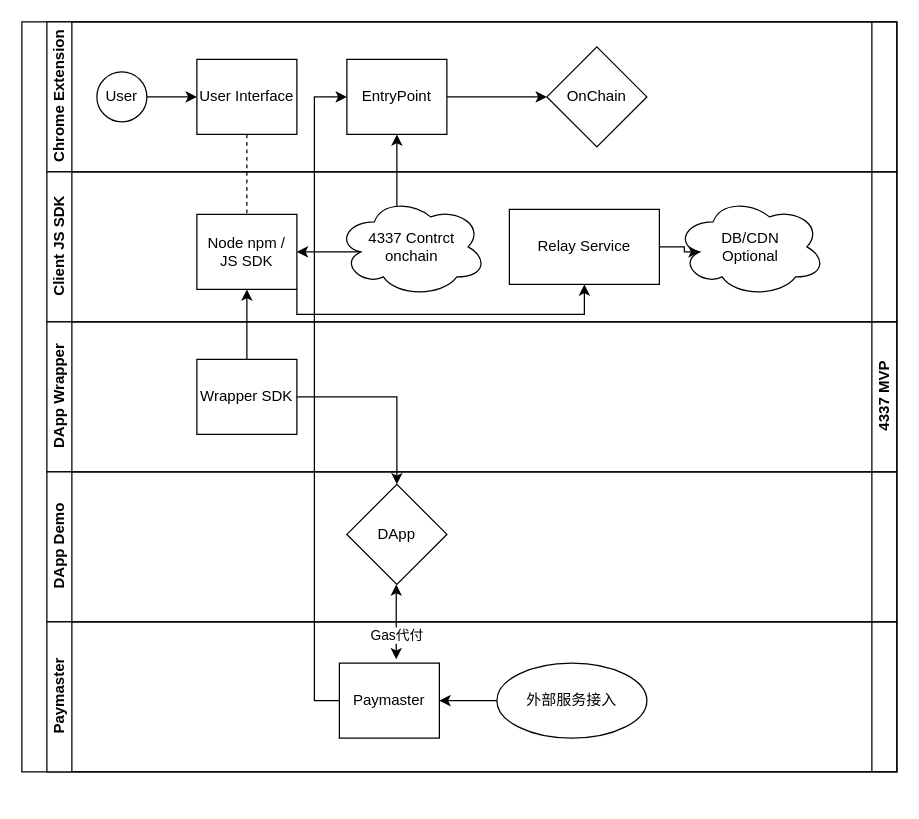
Above: dev-docs/4337-product-architecture.drawio in secret-dev87/smart-contract-wallet-4337 (draw.io), before the change. Source tidied: cells renumbered, new cells numbered last; positions are measured from the earlier drawing's top-left corner, leaving out a move shared by most shapes. Both pictures are drawn from the tidied source at 125%, with x=0, y=0 at pixel (21, 21).
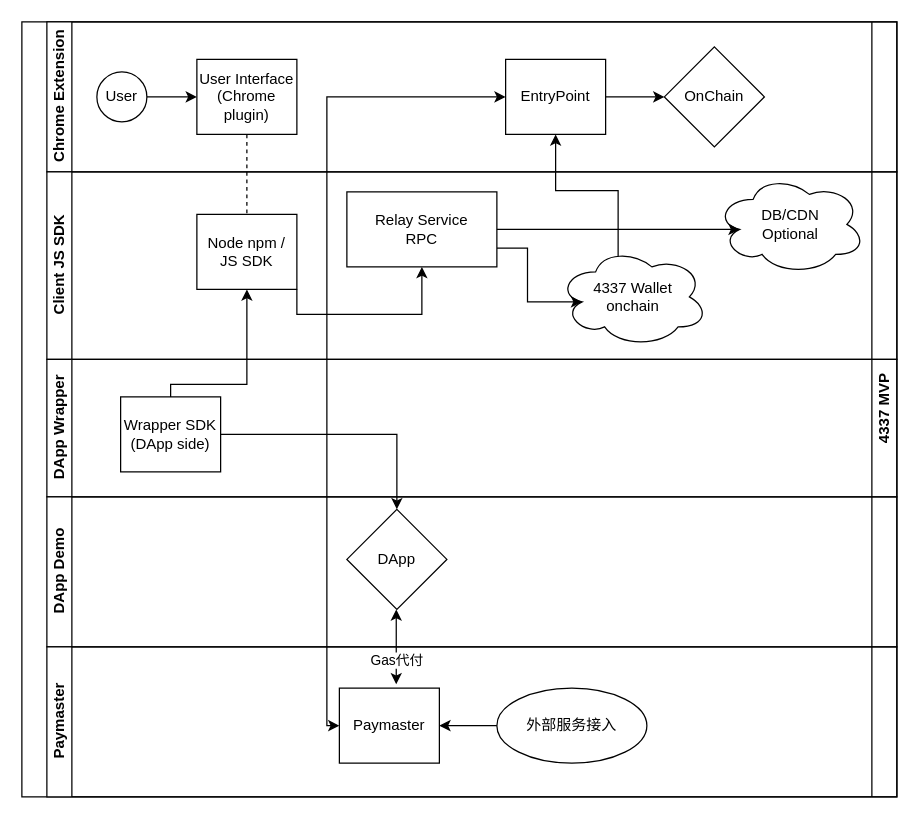
The same page after the edit.

The change refers to these unchanged cells:
```xml
<mxCell id="5" value="Chrome Extension" style="swimlane;html=1;startSize=20;horizontal=0;" parent="2" vertex="1">
  <mxGeometry x="20" width="680" height="120" as="geometry" />
</mxCell>
<mxCell id="14" value="Node npm /&lt;br&gt;JS SDK" style="rounded=0;whiteSpace=wrap;html=1;fontFamily=Helvetica;fontSize=12;fontColor=#000000;align=center;" parent="12" vertex="1">
  <mxGeometry x="120" y="34" width="80" height="60" as="geometry" />
</mxCell>
<mxCell id="25" value="Paymaster" style="rounded=0;whiteSpace=wrap;html=1;fontFamily=Helvetica;fontSize=12;fontColor=#000000;align=center;" parent="24" vertex="1">
  <mxGeometry x="234" y="33" width="80" height="60" as="geometry" />
</mxCell>
```

The edit, as a diff of the source:
```diff
@@
     <mxCell id="2" value="4337 MVP" style="swimlane;html=1;horizontal=0;startSize=20;direction=west;" parent="1" vertex="1">
-      <mxGeometry width="700" height="600" as="geometry" />
+      <mxGeometry width="700" height="620" as="geometry" />
     </mxCell>
@@
-    <mxCell id="8" value="User Interface" style="rounded=0;whiteSpace=wrap;html=1;fontFamily=Helvetica;fontSize=12;fontColor=#000000;align=center;" parent="5" vertex="1">
+    <mxCell id="8" value="User Interface&lt;br&gt;(Chrome plugin)" style="rounded=0;whiteSpace=wrap;html=1;fontFamily=Helvetica;fontSize=12;fontColor=#000000;align=center;" parent="5" vertex="1">
       <mxGeometry x="120" y="30" width="80" height="60" as="geometry" />
     </mxCell>
@@
     <mxCell id="10" value="EntryPoint" style="rounded=0;whiteSpace=wrap;html=1;fontFamily=Helvetica;fontSize=12;fontColor=#000000;align=center;" parent="5" vertex="1">
-      <mxGeometry x="240" y="30" width="80" height="60" as="geometry" />
+      <mxGeometry x="367" y="30" width="80" height="60" as="geometry" />
     </mxCell>
     <mxCell id="11" value="OnChain" style="rhombus;whiteSpace=wrap;html=1;fontColor=#000000;rounded=0;" parent="5" vertex="1">
-      <mxGeometry x="400" y="20" width="80" height="80" as="geometry" />
+      <mxGeometry x="494" y="20" width="80" height="80" as="geometry" />
     </mxCell>
     <mxCell id="12" value="Client JS SDK" style="swimlane;html=1;startSize=20;horizontal=0;" parent="2" vertex="1">
-      <mxGeometry x="20" y="120" width="680" height="120" as="geometry" />
+      <mxGeometry x="20" y="120" width="680" height="150" as="geometry" />
     </mxCell>
@@
     <mxCell id="15" value="DB/CDN&lt;br&gt;Optional" style="ellipse;shape=cloud;whiteSpace=wrap;html=1;fontColor=#000000;rounded=0;" parent="12" vertex="1">
-      <mxGeometry x="503" y="20" width="120" height="80" as="geometry" />
+      <mxGeometry x="535" y="2" width="120" height="80" as="geometry" />
     </mxCell>
-    <mxCell id="16" style="edgeStyle=orthogonalEdgeStyle;rounded=0;jettySize=auto;html=1;exitX=0.16;exitY=0.55;exitDx=0;exitDy=0;exitPerimeter=0;" parent="12" edge="1" source="17" target="14">
-      <mxGeometry relative="1" as="geometry" />
-    </mxCell>
-    <mxCell id="17" value="4337 Contrct&lt;br&gt;onchain" style="ellipse;shape=cloud;whiteSpace=wrap;html=1;fontColor=#000000;rounded=0;" parent="12" vertex="1">
-      <mxGeometry x="232" y="20" width="120" height="80" as="geometry" />
+    <mxCell id="17" value="4337 Wallet&lt;br&gt;onchain" style="ellipse;shape=cloud;whiteSpace=wrap;html=1;fontColor=#000000;rounded=0;" parent="12" vertex="1">
+      <mxGeometry x="409" y="60" width="120" height="80" as="geometry" />
     </mxCell>
+    <mxCell id="33" style="edgeStyle=orthogonalEdgeStyle;rounded=0;jettySize=auto;html=1;exitX=1;exitY=0.75;exitDx=0;exitDy=0;entryX=0.16;entryY=0.55;entryDx=0;entryDy=0;entryPerimeter=0;" parent="12" edge="1" source="18" target="17">
+      <mxGeometry relative="1" as="geometry" />
+    </mxCell>
-    <mxCell id="18" value="Relay Service" style="whiteSpace=wrap;html=1;fontColor=#000000;rounded=0;" parent="12" vertex="1">
-      <mxGeometry x="370" y="30" width="120" height="60" as="geometry" />
+    <mxCell id="18" value="Relay Service&lt;br&gt;RPC" style="whiteSpace=wrap;html=1;fontColor=#000000;rounded=0;" parent="12" vertex="1">
+      <mxGeometry x="240" y="16" width="120" height="60" as="geometry" />
     </mxCell>
@@
     <mxCell id="20" value="DApp Wrapper" style="swimlane;html=1;startSize=20;horizontal=0;" parent="2" vertex="1">
-      <mxGeometry x="20" y="240" width="680" height="120" as="geometry" />
+      <mxGeometry x="20" y="270" width="680" height="110" as="geometry" />
     </mxCell>
-    <mxCell id="21" value="Wrapper SDK" style="rounded=0;whiteSpace=wrap;html=1;fontFamily=Helvetica;fontSize=12;fontColor=#000000;align=center;" parent="20" vertex="1">
-      <mxGeometry x="120" y="30" width="80" height="60" as="geometry" />
+    <mxCell id="21" value="Wrapper SDK&lt;br&gt;(DApp side)" style="rounded=0;whiteSpace=wrap;html=1;fontFamily=Helvetica;fontSize=12;fontColor=#000000;align=center;" parent="20" vertex="1">
+      <mxGeometry x="59" y="30" width="80" height="60" as="geometry" />
     </mxCell>
     <mxCell id="22" value="DApp Demo" style="swimlane;html=1;startSize=20;horizontal=0;" parent="2" vertex="1">
-      <mxGeometry x="20" y="360" width="680" height="120" as="geometry" />
+      <mxGeometry x="20" y="380" width="680" height="120" as="geometry" />
     </mxCell>
@@
     <mxCell id="24" value="Paymaster" style="swimlane;html=1;startSize=20;horizontal=0;" parent="2" vertex="1">
-      <mxGeometry x="20" y="480" width="680" height="120" as="geometry" />
+      <mxGeometry x="20" y="500" width="680" height="120" as="geometry" />
     </mxCell>
@@
     <mxCell id="30" style="edgeStyle=orthogonalEdgeStyle;rounded=0;jettySize=auto;html=1;" parent="2" edge="1" source="21" target="14">
-      <mxGeometry relative="1" as="geometry" />
+      <mxGeometry relative="1" as="geometry">
+        <Array as="points">
+          <mxPoint x="119" y="290" />
+          <mxPoint x="180" y="290" />
+        </Array>
+      </mxGeometry>
     </mxCell>
-    <mxCell id="31" style="edgeStyle=orthogonalEdgeStyle;rounded=0;jettySize=auto;html=1;exitX=0;exitY=0.5;exitDx=0;exitDy=0;entryX=0;entryY=0.5;entryDx=0;entryDy=0;" parent="2" edge="1" source="25" target="10">
-      <mxGeometry relative="1" as="geometry" />
-    </mxCell>
@@
+    <mxCell id="34" style="endArrow=classic;startArrow=classic;html=1;rounded=0;entryX=0;entryY=0.5;entryDx=0;entryDy=0;edgeStyle=orthogonalEdgeStyle;exitX=0;exitY=0.5;exitDx=0;exitDy=0;" parent="2" edge="1" source="10" target="25">
+      <mxGeometry relative="1" as="geometry" />
+    </mxCell>
```
